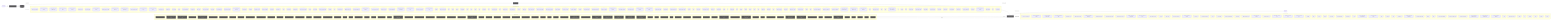
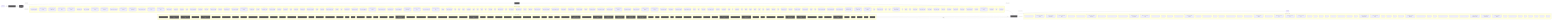
flowchart LR
  UserQ(["👤 User Query"])
  Embed["📐 Embedding Model"]
  VecDB[("📚 Vector Store")]
  Retriever["🔍 Retriever"]
  LLMNode["🧠 LLM / Generator"]
  Output(["✅ Response"])
  UserQ -->|query| Embed
  Embed -->|vector| VecDB
  VecDB -->|top-k chunks| Retriever
  Retriever -->|context + query| LLMNode
  LLMNode -->|generated answer| Output
  subgraph DetectedMemory["Detected memory stores"]
    det_detectedmemory_check_gitbook_readiness_33bdca76[("check-gitbook-readiness")]
    det_detectedmemory_check_steering_feedback_contract_80134459[("check-steering-feedback-contract")]
    det_detectedmemory_prompt_context_drift_validate_runner_c8ecc6f5[("prompt-context-drift-validate-runner")]
    det_detectedmemory_prompt_context_drift_write_runner_69e6a4fd[("prompt-context-drift-write-runner")]
    det_detectedmemory_normalize_workflow_contracts_8701f1c8[("normalize-workflow-contracts")]
    det_detectedmemory_run_harness_evals_77704768[("run-harness-evals")]
    det_detectedmemory_sync_codex_preflight_7e7a8dc2[("sync-codex-preflight")]
    det_detectedmemory_test_harness_upgrade_matrix_84113c4e[("test-harness-upgrade-matrix")]
+     det_detectedmemory_validate_harness_decision_semantics_3d63690b[("validate-harness-decision-semantics")]
    det_detectedmemory_validate_prompt_context_drift_8c949ef6[("validate-prompt-context-drift")]
    det_detectedmemory_validate_runtime_packet_schemas_bc3ba8ec[("validate-runtime-packet-schemas")]
    det_detectedmemory_validate_system_prompt_gap_adoption_62d8c955[("validate-system-prompt-gap-adoption")]
    det_detectedmemory_validate_workflow_contracts_33dc063c[("validate-workflow-contracts")]
    det_detectedmemory_write_agent_native_ratchet_report_67cdbeea[("write-agent-native-ratchet-report")]
    det_detectedmemory_write_prompt_context_drift_report_71a4e149[("write-prompt-context-drift-report")]
    det_detectedmemory_branch_protect_core_a8feb0fd[("branch-protect-core")]
    det_detectedmemory_ci_migrate_core_7005b5af[("ci-migrate-core")]
    det_detectedmemory_context_health_80bb7da9[("context-health")]
    det_detectedmemory_context_ea7792a2[("context")]
    det_detectedmemory_docs_gate_classification_2f51c90b[("docs-gate-classification")]
    det_detectedmemory_docs_gate_types_d285abb6[("docs-gate-types")]
    det_detectedmemory_index_context_de3ed39d[("index-context")]
    det_detectedmemory_local_memory_preflight_dcc36c42[("local-memory-preflight")]
    det_detectedmemory_memory_gate_a577a506[("memory-gate")]
    det_detectedmemory_next_orientation_meta_3a6af72b[("next-orientation-meta")]
    det_detectedmemory_next_prompt_context_drift_3c5a93d5[("next-prompt-context-drift")]
    det_detectedmemory_next_recommendation_decisions_03315dd4[("next-recommendation-decisions")]
    det_detectedmemory_next_runner_state_be6fe997[("next-runner-state")]
    det_detectedmemory_next_runner_41643472[("next-runner")]
    det_detectedmemory_next_synaipse_context_8436b36b[("next-synaipse-context")]
    det_detectedmemory_pattern_scope_siblings_43abe000[("pattern-scope-siblings")]
    det_detectedmemory_review_context_ca6cf81d[("review-context")]
    det_detectedmemory_review_gate_core_4c8001f9[("review-gate-core")]
    det_detectedmemory_search_24193290[("search")]
    det_detectedmemory_session_context_e5ec72c0[("session-context")]
    det_detectedmemory_tooling_audit_core_328d6a41[("tooling-audit-core")]
    det_detectedmemory_run_local_memory_preflight_36e92808[("run-local-memory-preflight")]
    det_detectedmemory_checker_d2d2328e[("checker")]
    det_detectedmemory_context_health_1_ceb11829[("context-health")]
    det_detectedmemory_prompt_context_drift_surface_c1e30b42[("prompt-context-drift-surface")]
    det_detectedmemory_test_fixtures_c2f936b0[("test-fixtures")]
    det_detectedmemory_types_2_d9bc6e7a[("types")]
    det_detectedmemory_branch_protect_sync_570adb18[("branch-protect-sync")]
    det_detectedmemory_builtin_command_specs_ac7d392e[("builtin-command-specs")]
    det_detectedmemory_command_capability_rules_ca3f496a[("command-capability-rules")]
    det_detectedmemory_command_expected_artifacts_6469c2fb[("command-expected-artifacts")]
    det_detectedmemory_command_invocation_effects_fbc96da5[("command-invocation-effects")]
    det_detectedmemory_command_specs_core_1c0ffc99[("command-specs-core")]
    det_detectedmemory_command_visibility_rules_83c6a86a[("command-visibility-rules")]
    det_detectedmemory_local_memory_preflight_command_spec_9e23f3ce[("local-memory-preflight-command-spec")]
    det_detectedmemory_memory_gate_command_spec_dc9001a9[("memory-gate-command-spec")]
    det_detectedmemory_review_gate_command_spec_3187376a[("review-gate-command-spec")]
    det_detectedmemory_session_context_command_spec_973afbb1[("session-context-command-spec")]
    det_detectedmemory_constants_7517017f[("constants")]
    det_detectedmemory_context_compact_policy_3dcaf95d[("context-compact-policy")]
    det_detectedmemory_index_3_7e40d474[("index")]
    det_detectedmemory_indexer_70fa78e5[("indexer")]
    det_detectedmemory_init_error_5c7dd49f[("init-error")]
    det_detectedmemory_lexical_fallback_723e2b3e[("lexical-fallback")]
    det_detectedmemory_ollama_76e3c7bf[("ollama")]
    det_detectedmemory_rollout_a4fa034c[("rollout")]
    det_detectedmemory_sources_878a52fc[("sources")]
    det_detectedmemory_store_824d80d7[("store")]
    det_detectedmemory_sync_contract_c79fa191[("sync-contract")]
    det_detectedmemory_types_8_f6283648[("types")]
    det_detectedmemory_harness_run_context_ac7c77a9[("harness-run-context")]
    det_detectedmemory_index_4_013aa0e3[("index")]
    det_detectedmemory_json_schema_core_96d7e328[("json-schema-core")]
    det_detectedmemory_policy_validators_core_714a3fe7[("policy-validators-core")]
    det_detectedmemory_types_core_e405ddca[("types-core")]
    det_detectedmemory_validator_core_4358f8ba[("validator-core")]
    det_detectedmemory_harness_decision_types_6e63df74[("harness-decision-types")]
    det_detectedmemory_harness_decision_validation_3c4db687[("harness-decision-validation")]
    det_detectedmemory_archive_candidates_scanner_d0931789[("archive-candidates-scanner")]
    det_detectedmemory_archive_candidates_dc0e40e1[("archive-candidates")]
    det_detectedmemory_docs_task_eval_contract_79347457[("docs-task-eval-contract")]
    det_detectedmemory_docs_task_eval_fixtures_44902755[("docs-task-eval-fixtures")]
    det_detectedmemory_init_modes_c05ceb07[("init-modes")]
    det_detectedmemory_project_brain_templates_7ef51530[("project-brain-templates")]
    det_detectedmemory_scaffold_diagram_templates_dd88e83c[("scaffold-diagram-templates")]
    det_detectedmemory_scaffold_doc_templates_f6152330[("scaffold-doc-templates")]
    det_detectedmemory_scaffold_environment_templates_c1ceba6a[("scaffold-environment-templates")]
    det_detectedmemory_scaffold_gitbook_templates_76afd03a[("scaffold-gitbook-templates")]
    det_detectedmemory_scaffold_hook_templates_8c74ab50[("scaffold-hook-templates")]
    det_detectedmemory_scaffold_root_command_templates_404fed7f[("scaffold-root-command-templates")]
    det_detectedmemory_scaffold_script_template_registry_69312d4e[("scaffold-script-template-registry")]
    det_detectedmemory_scaffold_shell_templates_0ad0f915[("scaffold-shell-templates")]
    det_detectedmemory_scaffold_surfaces_12d6494e[("scaffold-surfaces")]
    det_detectedmemory_scaffold_template_registry_b1cce2aa[("scaffold-template-registry")]
    det_detectedmemory_scaffold_workflow_template_92310587[("scaffold-workflow-template")]
    det_detectedmemory_eval_seed_5699fd3e[("eval-seed")]
    det_detectedmemory_index_10_f6785a46[("index")]
    det_detectedmemory_review_context_1_e3afed15[("review-context")]
    det_detectedmemory_review_learning_closeout_b7fa3b8e[("review-learning-closeout")]
    det_detectedmemory_memory_gate_1_265164ac[("memory-gate")]
    det_detectedmemory_branch_enforcer_acb749cd[("branch-enforcer")]
    det_detectedmemory_cli_args_5_09ea29f0[("cli-args")]
    det_detectedmemory_cli_7_dc4a9f7f[("cli")]
    det_detectedmemory_metrics_tracker_98cec29c[("metrics-tracker")]
    det_detectedmemory_types_20_071a0112[("types")]
    det_detectedmemory_validator_5_b19ac2be[("validator")]
    det_detectedmemory_classifier_fe1991a9[("classifier")]
    det_detectedmemory_collector_0736fd5b[("collector")]
    det_detectedmemory_context_1_2c2d8aa6[("context")]
    det_detectedmemory_types_22_f3cf4a73[("types")]
    det_detectedmemory_tooling_paths_560ac80d[("tooling-paths")]
    det_detectedmemory_claim_helpers_20dc8387[("claim-helpers")]
    det_detectedmemory_types_26_a5814179[("types")]
    det_detectedmemory_local_memory_smoke_1175abfc[("local-memory-smoke")]
    det_detectedmemory_local_memory_0db17ecc[("local-memory")]
    det_detectedmemory_performance_overload_c685bfcf[("performance-overload")]
    det_detectedmemory_suggestion_generator_0956f794[("suggestion-generator")]
    det_detectedmemory_git_head_7346fd6a[("git-head")]
    det_detectedmemory_index_12_762ec91b[("index")]
    det_detectedmemory_prompt_context_drift_builder_a451c7dd[("prompt-context-drift-builder")]
    det_detectedmemory_prompt_context_drift_report_3257a95c[("prompt-context-drift-report")]
    det_detectedmemory_prompt_context_drift_types_ba6863d4[("prompt-context-drift-types")]
    det_detectedmemory_prompt_context_drift_validation_evidence_21f0336f[("prompt-context-drift-validation-evidence")]
    det_detectedmemory_prompt_context_drift_validation_utils_2285f4ac[("prompt-context-drift-validation-utils")]
    det_detectedmemory_prompt_context_drift_validation_8fc01719[("prompt-context-drift-validation")]
    det_detectedmemory_index_13_97df39c8[("index")]
    det_detectedmemory_prompt_context_receipt_17b862b2[("prompt-context-receipt")]
    det_detectedmemory_types_33_16e22a82[("types")]
    det_detectedmemory_policy_1_fc4198db[("policy")]
    det_detectedmemory_runtime_card_codex_runtime_validation_d8ce9934[("runtime-card-codex-runtime-validation")]
    det_detectedmemory_cli_13_ae2ba749[("cli")]
    det_detectedmemory_collector_1_bc604d2a[("collector")]
    det_detectedmemory_types_36_674380ec[("types")]
    det_detectedmemory_context_contract_aaa6fb53[("context-contract")]
    det_detectedmemory_context_failure_mapping_3d71c384[("context-failure-mapping")]
    det_detectedmemory_context_failures_7633ffe2[("context-failures")]
    det_detectedmemory_context_observations_3c057ab7[("context-observations")]
    det_detectedmemory_context_plane_eb195522[("context-plane")]
    det_detectedmemory_context_privacy_d82295ee[("context-privacy")]
    det_detectedmemory_context_projection_e9599558[("context-projection")]
    det_detectedmemory_context_provider_51137c0d[("context-provider")]
    det_detectedmemory_context_resolution_input_93eb068b[("context-resolution-input")]
    det_detectedmemory_context_task_1d1d0361[("context-task")]
    det_detectedmemory_packet_consolidation_contract_293284fb[("packet-consolidation-contract")]
    det_detectedmemory_state_validation_8c9cb007[("state-validation")]
    det_detectedmemory_state_4ba69735[("state")]
    det_detectedmemory_overload_guard_2748c559[("overload-guard")]
  end
  VecDB -. "implemented by" .-> DetectedMemory
  subgraph DetectedLLM["Detected LLM clients"]
    det_detectedllm_check_codex_agent_roles_5bb2e89b["check-codex-agent-roles"]
    det_detectedllm_check_steering_feedback_contract_80134459["check-steering-feedback-contract"]
    det_detectedllm_prompt_context_drift_validate_runner_c8ecc6f5["prompt-context-drift-validate-runner"]
    det_detectedllm_prompt_context_drift_write_runner_69e6a4fd["prompt-context-drift-write-runner"]
    det_detectedllm_run_harness_evals_77704768["run-harness-evals"]
    det_detectedllm_validate_decision_request_2e5c325e["validate-decision-request"]
    det_detectedllm_validate_goal_completion_audit_receipt_100d252c["validate-goal-completion-audit-receipt"]
    det_detectedllm_validate_packaged_skill_5e32c890["validate-packaged-skill"]
    det_detectedllm_validate_prompt_context_drift_8c949ef6["validate-prompt-context-drift"]
    det_detectedllm_validate_reviewer_coverage_251efee3["validate-reviewer-coverage"]
    det_detectedllm_validate_system_prompt_gap_adoption_62d8c955["validate-system-prompt-gap-adoption"]
    det_detectedllm_write_prompt_context_drift_report_71a4e149["write-prompt-context-drift-report"]
    det_detectedllm_check_environment_core_2c16213f["check-environment-core"]
    det_detectedllm_context_ea7792a2["context"]
    det_detectedllm_index_context_de3ed39d["index-context"]
    det_detectedllm_next_prompt_context_drift_3c5a93d5["next-prompt-context-drift"]
    det_detectedllm_next_recommendation_decisions_03315dd4["next-recommendation-decisions"]
    det_detectedllm_prompt_gate_c5e9d207["prompt-gate"]
    det_detectedllm_remediate_runner_helpers_929fedcc["remediate-runner-helpers"]
    det_detectedllm_search_24193290["search"]
    det_detectedllm_context_health_1_ceb11829["context-health"]
    det_detectedllm_prompt_context_drift_surface_c1e30b42["prompt-context-drift-surface"]
    det_detectedllm_test_fixtures_c2f936b0["test-fixtures"]
    det_detectedllm_builtin_command_specs_ac7d392e["builtin-command-specs"]
    det_detectedllm_command_expected_artifacts_6469c2fb["command-expected-artifacts"]
    det_detectedllm_command_specs_core_1c0ffc99["command-specs-core"]
    det_detectedllm_pilot_evaluate_command_spec_1084ea72["pilot-evaluate-command-spec"]
    det_detectedllm_pilot_rollback_command_spec_4fe69f7d["pilot-rollback-command-spec"]
    det_detectedllm_prompt_gate_command_spec_9a941482["prompt-gate-command-spec"]
    det_detectedllm_constants_7517017f["constants"]
    det_detectedllm_index_3_7e40d474["index"]
    det_detectedllm_indexer_70fa78e5["indexer"]
    det_detectedllm_ollama_76e3c7bf["ollama"]
    det_detectedllm_sync_contract_c79fa191["sync-contract"]
    det_detectedllm_north_star_validators_cfc926ce["north-star-validators"]
    det_detectedllm_hilt_boundary_9b36fb15["hilt-boundary"]
    det_detectedllm_types_10_75e5a4a0["types"]
    det_detectedllm_goal_completion_audit_receipt_validation_9d0f4891["goal-completion-audit-receipt-validation"]
    det_detectedllm_goal_completion_audit_receipt_5e4939c3["goal-completion-audit-receipt"]
    det_detectedllm_index_5_522f772a["index"]
    det_detectedllm_constants_1_a84e15f0["constants"]
    det_detectedllm_types_18_37582e2a["types"]
    det_detectedllm_sensitive_text_7c11f760["sensitive-text"]
    det_detectedllm_pr_template_linked_issue_relationship_a7b61f2c["pr-template-linked-issue-relationship"]
    det_detectedllm_pr_template_validator_rules_20a32d6b["pr-template-validator-rules"]
    det_detectedllm_git_head_7346fd6a["git-head"]
    det_detectedllm_index_12_762ec91b["index"]
    det_detectedllm_prompt_context_drift_builder_a451c7dd["prompt-context-drift-builder"]
    det_detectedllm_prompt_context_drift_report_3257a95c["prompt-context-drift-report"]
    det_detectedllm_prompt_context_drift_types_ba6863d4["prompt-context-drift-types"]
    det_detectedllm_prompt_context_drift_validation_evidence_21f0336f["prompt-context-drift-validation-evidence"]
    det_detectedllm_prompt_context_drift_validation_utils_2285f4ac["prompt-context-drift-validation-utils"]
    det_detectedllm_prompt_context_drift_validation_8fc01719["prompt-context-drift-validation"]
    det_detectedllm_index_13_97df39c8["index"]
    det_detectedllm_prompt_context_receipt_17b862b2["prompt-context-receipt"]
    det_detectedllm_cli_args_9_9c136878["cli-args"]
    det_detectedllm_cli_12_01c06c37["cli"]
    det_detectedllm_sections_4697ef32["sections"]
    det_detectedllm_types_29_929d5a70["types"]
    det_detectedllm_validator_7_f836eb0e["validator"]
    det_detectedllm_cli_args_10_861cdd3f["cli-args"]
  end
  LLMNode -. "implemented by" .-> DetectedLLM
  subgraph DetectedTools["Agentic tool calls"]
    det_detectedtools_check_codex_agent_roles_5bb2e89b["🔧 check-codex-agent-roles"]
    det_detectedtools_check_steering_feedback_contract_80134459["🔧 check-steering-feedback-contract"]
    det_detectedtools_check_tooling_baseline_parity_3124b30a["🔧 check-tooling-baseline-parity"]
    det_detectedtools_run_harness_evals_77704768["🔧 run-harness-evals"]
    det_detectedtools_validate_action_review_receipt_fa2f06c3["🔧 validate-action-review-receipt"]
    det_detectedtools_validate_packaged_skill_5e32c890["🔧 validate-packaged-skill"]
    det_detectedtools_validate_replay_packet_f309747e["🔧 validate-replay-packet"]
    det_detectedtools_ci_migrate_core_7005b5af["🔧 ci-migrate-core"]
    det_detectedtools_doctor_checks_5a2eb2b9["🔧 doctor-checks"]
    det_detectedtools_doctor_github_tool_check_e0a938df["🔧 doctor-github-tool-check"]
    det_detectedtools_doctor_github_tool_checks_a53b0382["🔧 doctor-github-tool-checks"]
    det_detectedtools_doctor_tool_checks_4acac51a["🔧 doctor-tool-checks"]
    det_detectedtools_fleet_plan_repo_ecdc6499["🔧 fleet-plan-repo"]
    det_detectedtools_next_blocked_decisions_4140ad2b["🔧 next-blocked-decisions"]
    det_detectedtools_next_pr_closeout_contract_af31d30a["🔧 next-pr-closeout-contract"]
    det_detectedtools_policy_gate_213f7313["🔧 policy-gate"]
    det_detectedtools_remediate_cli_output_cc165396["🔧 remediate-cli-output"]
    det_detectedtools_remediate_runner_helpers_929fedcc["🔧 remediate-runner-helpers"]
    det_detectedtools_review_gate_core_4c8001f9["🔧 review-gate-core"]
    det_detectedtools_index_1bc04b52["🔧 index"]
    det_detectedtools_types_1_4ecdf56e["🔧 types"]
    det_detectedtools_validation_constants_e002a0f6["🔧 validation-constants"]
    det_detectedtools_validation_98c41dcd["🔧 validation"]
    det_detectedtools_checker_d2d2328e["🔧 checker"]
    det_detectedtools_shared_state_policy_edc9c4db["🔧 shared-state-policy"]
    det_detectedtools_cli_args_1_6144b055["🔧 cli-args"]
    det_detectedtools_command_agent_native_capability_rules_b491ef6c["🔧 command-agent-native-capability-rules"]
    det_detectedtools_command_capabilities_a4d5c71e["🔧 command-capabilities"]
    det_detectedtools_command_capability_rules_ca3f496a["🔧 command-capability-rules"]
    det_detectedtools_command_visibility_rules_83c6a86a["🔧 command-visibility-rules"]
    det_detectedtools_linear_command_actions_e430f4f4["🔧 linear-command-actions"]
    det_detectedtools_linear_command_runner_4a740dfc["🔧 linear-command-runner"]
    det_detectedtools_policy_validators_core_714a3fe7["🔧 policy-validators-core"]
    det_detectedtools_shared_state_action_validator_e7b128cd["🔧 shared-state-action-validator"]
    det_detectedtools_types_core_e405ddca["🔧 types-core"]
    det_detectedtools_validator_core_4358f8ba["🔧 validator-core"]
    det_detectedtools_validator_helpers_7b927667["🔧 validator-helpers"]
    det_detectedtools_he_phase_exit_core_1148895b["🔧 he-phase-exit-core"]
    det_detectedtools_environment_runtime_3206f0a8["🔧 environment-runtime"]
    det_detectedtools_observed_skill_usage_ed7d5930["🔧 observed-skill-usage"]
    det_detectedtools_closure_evidence_aaa31467["🔧 closure-evidence"]
    det_detectedtools_pr_creator_dc6b1ea4["🔧 pr-creator"]
    det_detectedtools_client_948fe603["🔧 client"]
    det_detectedtools_init_output_360dce91["🔧 init-output"]
    det_detectedtools_scaffold_ci_templates_2afd6392["🔧 scaffold-ci-templates"]
    det_detectedtools_scaffold_codex_environment_templates_334fbbed["🔧 scaffold-codex-environment-templates"]
    det_detectedtools_scaffold_config_templates_4b80ce53["🔧 scaffold-config-templates"]
    det_detectedtools_scaffold_environment_templates_c1ceba6a["🔧 scaffold-environment-templates"]
    det_detectedtools_scaffold_github_actions_pr_pipeline_renderer_1ee18de5["🔧 scaffold-github-actions-pr-pipeline-renderer"]
    det_detectedtools_scaffold_github_actions_pr_pipeline_template_e2b85f62["🔧 scaffold-github-actions-pr-pipeline-template"]
    det_detectedtools_scaffold_package_command_template_80e32e83["🔧 scaffold-package-command-template"]
    det_detectedtools_scaffold_release_private_npm_template_075499f8["🔧 scaffold-release-private-npm-template"]
    det_detectedtools_constants_1_a84e15f0["🔧 constants"]
    det_detectedtools_index_9_32dd4d91["🔧 index"]
    det_detectedtools_validation_common_6161e48b["🔧 validation-common"]
    det_detectedtools_cli_7_dc4a9f7f["🔧 cli"]
    det_detectedtools_metrics_tracker_98cec29c["🔧 metrics-tracker"]
    det_detectedtools_normalise_renderer_85f2e563["🔧 normalise-renderer"]
    det_detectedtools_evaluation_engine_core_e054fe49["🔧 evaluation-engine-core"]
    det_detectedtools_tooling_baseline_50ab2eeb["🔧 tooling-baseline"]
    det_detectedtools_tooling_paths_560ac80d["🔧 tooling-paths"]
    det_detectedtools_prompt_context_drift_report_3257a95c["🔧 prompt-context-drift-report"]
    det_detectedtools_prompt_context_drift_types_ba6863d4["🔧 prompt-context-drift-types"]
    det_detectedtools_prompt_context_drift_validation_utils_2285f4ac["🔧 prompt-context-drift-validation-utils"]
    det_detectedtools_replay_packet_a1293f88["🔧 replay-packet"]
    det_detectedtools_index_14_d982116c["🔧 index"]
    det_detectedtools_review_lifecycle_contract_e5447221["🔧 review-lifecycle-contract"]
    det_detectedtools_review_lifecycle_89afa64c["🔧 review-lifecycle"]
    det_detectedtools_runtime_card_codex_runtime_validation_d8ce9934["🔧 runtime-card-codex-runtime-validation"]
    det_detectedtools_runtime_card_codex_runtime_0655e230["🔧 runtime-card-codex-runtime"]
    det_detectedtools_runtime_evidence_bundle_d471a232["🔧 runtime-evidence-bundle"]
    det_detectedtools_types_38_e8efcd57["🔧 types"]
    det_detectedtools_transition_contract_0732d034["🔧 transition-contract"]
    det_detectedtools_transition_recovery_validation_e06db55b["🔧 transition-recovery-validation"]
    det_detectedtools_transition_70dd37c1["🔧 transition"]
    det_detectedtools_index_17_642943a2["🔧 index"]
    det_detectedtools_projection_1b250ea1["🔧 projection"]
    det_detectedtools_types_40_c7e41f89["🔧 types"]
    det_detectedtools_validation_8_b9fa10af["🔧 validation"]
  end
  LLMNode -->|tool use| DetectedTools
  DetectedTools -->|result| LLMNode
  classDef memNode fill:#555,color:#fff
  class VecDB,Retriever memNode
  classDef llmNode fill:#555,color:#fff
  class LLMNode,Embed llmNode
  classDef toolNode fill:#555,color:#fff
  class det_detectedtools_check_codex_agent_roles_5bb2e89b,det_detectedtools_check_steering_feedback_contract_80134459,det_detectedtools_check_tooling_baseline_parity_3124b30a,det_detectedtools_run_harness_evals_77704768,det_detectedtools_validate_action_review_receipt_fa2f06c3,det_detectedtools_validate_packaged_skill_5e32c890,det_detectedtools_validate_replay_packet_f309747e,det_detectedtools_ci_migrate_core_7005b5af,det_detectedtools_doctor_checks_5a2eb2b9,det_detectedtools_doctor_github_tool_check_e0a938df,det_detectedtools_doctor_github_tool_checks_a53b0382,det_detectedtools_doctor_tool_checks_4acac51a,det_detectedtools_fleet_plan_repo_ecdc6499,det_detectedtools_next_blocked_decisions_4140ad2b,det_detectedtools_next_pr_closeout_contract_af31d30a,det_detectedtools_policy_gate_213f7313,det_detectedtools_remediate_cli_output_cc165396,det_detectedtools_remediate_runner_helpers_929fedcc,det_detectedtools_review_gate_core_4c8001f9,det_detectedtools_index_1bc04b52,det_detectedtools_types_1_4ecdf56e,det_detectedtools_validation_constants_e002a0f6,det_detectedtools_validation_98c41dcd,det_detectedtools_checker_d2d2328e,det_detectedtools_shared_state_policy_edc9c4db,det_detectedtools_cli_args_1_6144b055,det_detectedtools_command_agent_native_capability_rules_b491ef6c,det_detectedtools_command_capabilities_a4d5c71e,det_detectedtools_command_capability_rules_ca3f496a,det_detectedtools_command_visibility_rules_83c6a86a,det_detectedtools_linear_command_actions_e430f4f4,det_detectedtools_linear_command_runner_4a740dfc,det_detectedtools_policy_validators_core_714a3fe7,det_detectedtools_shared_state_action_validator_e7b128cd,det_detectedtools_types_core_e405ddca,det_detectedtools_validator_core_4358f8ba,det_detectedtools_validator_helpers_7b927667,det_detectedtools_he_phase_exit_core_1148895b,det_detectedtools_environment_runtime_3206f0a8,det_detectedtools_observed_skill_usage_ed7d5930,det_detectedtools_closure_evidence_aaa31467,det_detectedtools_pr_creator_dc6b1ea4,det_detectedtools_client_948fe603,det_detectedtools_init_output_360dce91,det_detectedtools_scaffold_ci_templates_2afd6392,det_detectedtools_scaffold_codex_environment_templates_334fbbed,det_detectedtools_scaffold_config_templates_4b80ce53,det_detectedtools_scaffold_environment_templates_c1ceba6a,det_detectedtools_scaffold_github_actions_pr_pipeline_renderer_1ee18de5,det_detectedtools_scaffold_github_actions_pr_pipeline_template_e2b85f62,det_detectedtools_scaffold_package_command_template_80e32e83,det_detectedtools_scaffold_release_private_npm_template_075499f8,det_detectedtools_constants_1_a84e15f0,det_detectedtools_index_9_32dd4d91,det_detectedtools_validation_common_6161e48b,det_detectedtools_cli_7_dc4a9f7f,det_detectedtools_metrics_tracker_98cec29c,det_detectedtools_normalise_renderer_85f2e563,det_detectedtools_evaluation_engine_core_e054fe49,det_detectedtools_tooling_baseline_50ab2eeb,det_detectedtools_tooling_paths_560ac80d,det_detectedtools_prompt_context_drift_report_3257a95c,det_detectedtools_prompt_context_drift_types_ba6863d4,det_detectedtools_prompt_context_drift_validation_utils_2285f4ac,det_detectedtools_replay_packet_a1293f88,det_detectedtools_index_14_d982116c,det_detectedtools_review_lifecycle_contract_e5447221,det_detectedtools_review_lifecycle_89afa64c,det_detectedtools_runtime_card_codex_runtime_validation_d8ce9934,det_detectedtools_runtime_card_codex_runtime_0655e230,det_detectedtools_runtime_evidence_bundle_d471a232,det_detectedtools_types_38_e8efcd57,det_detectedtools_transition_contract_0732d034,det_detectedtools_transition_recovery_validation_e06db55b,det_detectedtools_transition_70dd37c1,det_detectedtools_index_17_642943a2,det_detectedtools_projection_1b250ea1,det_detectedtools_types_40_c7e41f89,det_detectedtools_validation_8_b9fa10af toolNode
